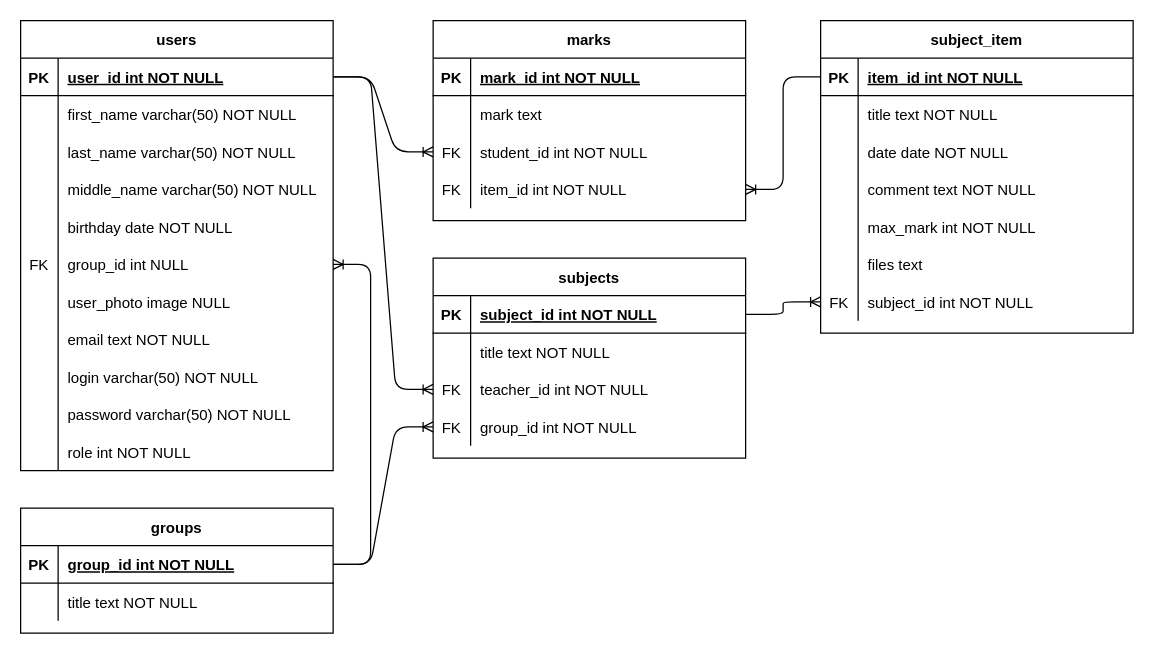
The draw.io diagram Architecture diagrams/DB.drawio in skaer2/School-Journal-App, before the edit. Source tidied: cells renumbered, new cells numbered last; positions are measured from the earlier drawing's top-left corner, leaving out a move shared by most shapes. Both pictures are drawn from the tidied source at 125%, with x=0, y=0 at pixel (20, 20).
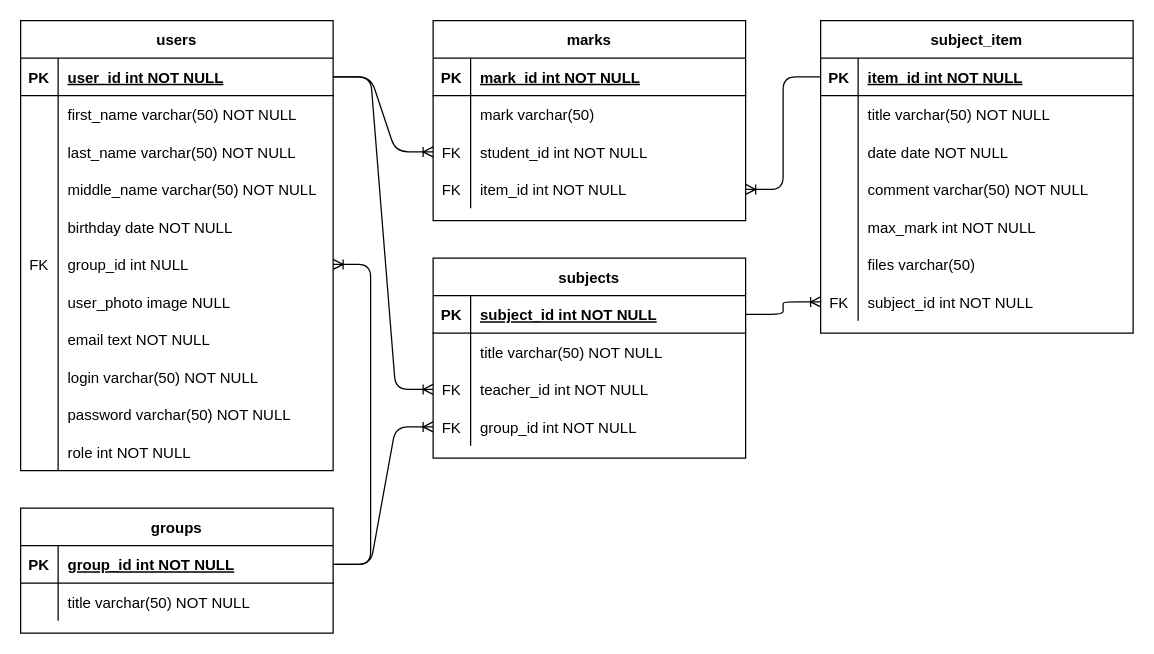
After the change.

Commit message (it also covers changes not shown here):
Full DB script, generated ERD

Unchanged cells that the change refers to:
```xml
<mxCell id="6" style="shape=partialRectangle;fillColor=none;top=0;left=0;right=0;bottom=0;" parent="2" vertex="1">
  <mxGeometry y="60" width="250" height="30" as="geometry" />
</mxCell>
<mxCell id="13" style="shape=partialRectangle;fillColor=none;top=0;left=0;right=0;bottom=0;" parent="9" vertex="1">
  <mxGeometry y="60" width="250" height="30" as="geometry" />
</mxCell>
<mxCell id="60" style="shape=partialRectangle;fillColor=none;top=0;left=0;bottom=0;right=0;" parent="56" vertex="1">
  <mxGeometry y="60" width="250" height="30" as="geometry" />
</mxCell>
<mxCell id="66" style="shape=partialRectangle;fillColor=none;top=0;left=0;bottom=0;right=0;" parent="56" vertex="1">
  <mxGeometry y="120" width="250" height="30" as="geometry" />
</mxCell>
<mxCell id="72" style="shape=partialRectangle;fillColor=none;top=0;left=0;bottom=0;right=0;" parent="56" vertex="1">
  <mxGeometry y="180" width="250" height="30" as="geometry" />
</mxCell>
<mxCell id="82" style="shape=partialRectangle;fillColor=none;top=0;left=0;bottom=0;right=0;" parent="78" vertex="1">
  <mxGeometry y="60" width="250" height="30" as="geometry" />
</mxCell>
```

Change to the diagram source:
```diff
@@
-    <mxCell id="8" value="title text NOT NULL" style="shape=partialRectangle;overflow=hidden;fillColor=none;top=0;left=0;bottom=0;right=0;align=left;spacingLeft=6;" parent="6" vertex="1">
+    <mxCell id="8" value="title varchar(50) NOT NULL" style="shape=partialRectangle;overflow=hidden;fillColor=none;top=0;left=0;bottom=0;right=0;align=left;spacingLeft=6;" parent="6" vertex="1">
       <mxGeometry x="30" width="220" height="30" as="geometry" />
     </mxCell>
@@
-    <mxCell id="15" value="title text NOT NULL" style="shape=partialRectangle;overflow=hidden;fillColor=none;top=0;left=0;bottom=0;right=0;align=left;spacingLeft=6;" parent="13" vertex="1">
+    <mxCell id="15" value="title varchar(50) NOT NULL" style="shape=partialRectangle;overflow=hidden;fillColor=none;top=0;left=0;bottom=0;right=0;align=left;spacingLeft=6;" parent="13" vertex="1">
       <mxGeometry x="30" width="220" height="30" as="geometry" />
     </mxCell>
@@
-    <mxCell id="62" value="title text NOT NULL" style="shape=partialRectangle;fillColor=none;top=0;left=0;bottom=0;right=0;align=left;spacingLeft=6;overflow=hidden;" parent="60" vertex="1">
+    <mxCell id="62" value="title varchar(50) NOT NULL" style="shape=partialRectangle;fillColor=none;top=0;left=0;bottom=0;right=0;align=left;spacingLeft=6;overflow=hidden;" parent="60" vertex="1">
       <mxGeometry x="30" width="220" height="30" as="geometry" />
     </mxCell>
@@
-    <mxCell id="68" value="comment text NOT NULL" style="shape=partialRectangle;fillColor=none;top=0;left=0;bottom=0;right=0;align=left;spacingLeft=6;overflow=hidden;" parent="66" vertex="1">
+    <mxCell id="68" value="comment varchar(50) NOT NULL" style="shape=partialRectangle;fillColor=none;top=0;left=0;bottom=0;right=0;align=left;spacingLeft=6;overflow=hidden;" parent="66" vertex="1">
       <mxGeometry x="30" width="220" height="30" as="geometry" />
     </mxCell>
@@
-    <mxCell id="74" value="files text" style="shape=partialRectangle;fillColor=none;top=0;left=0;bottom=0;right=0;align=left;spacingLeft=6;overflow=hidden;" parent="72" vertex="1">
+    <mxCell id="74" value="files varchar(50)" style="shape=partialRectangle;fillColor=none;top=0;left=0;bottom=0;right=0;align=left;spacingLeft=6;overflow=hidden;" parent="72" vertex="1">
       <mxGeometry x="30" width="220" height="30" as="geometry" />
     </mxCell>
@@
-    <mxCell id="84" value="mark text" style="shape=partialRectangle;fillColor=none;top=0;left=0;bottom=0;right=0;align=left;spacingLeft=6;overflow=hidden;" parent="82" vertex="1">
+    <mxCell id="84" value="mark varchar(50)" style="shape=partialRectangle;fillColor=none;top=0;left=0;bottom=0;right=0;align=left;spacingLeft=6;overflow=hidden;" parent="82" vertex="1">
       <mxGeometry x="30" width="220" height="30" as="geometry" />
     </mxCell>
```
